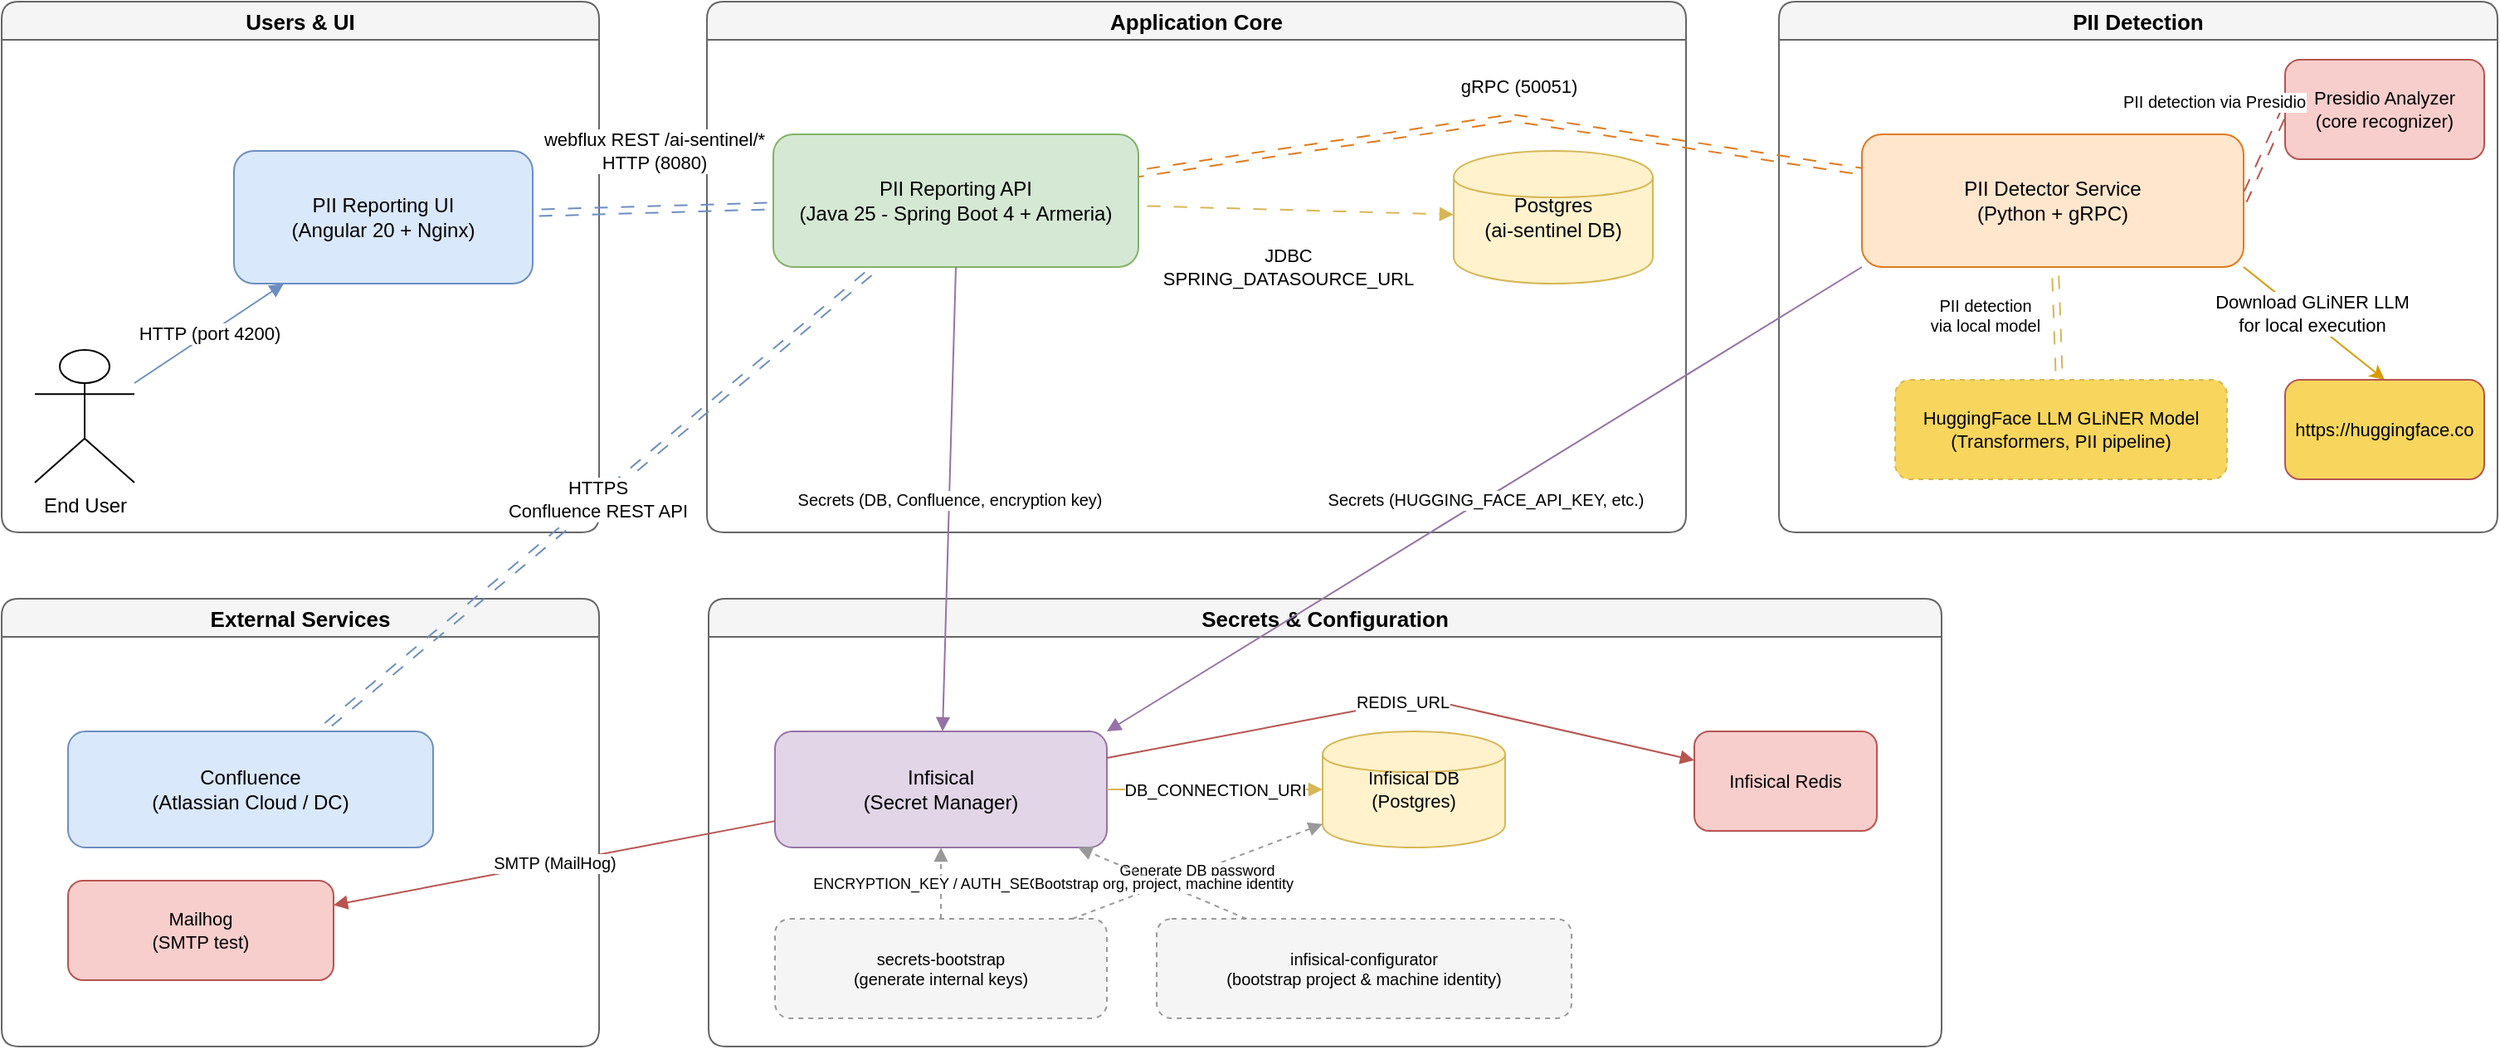
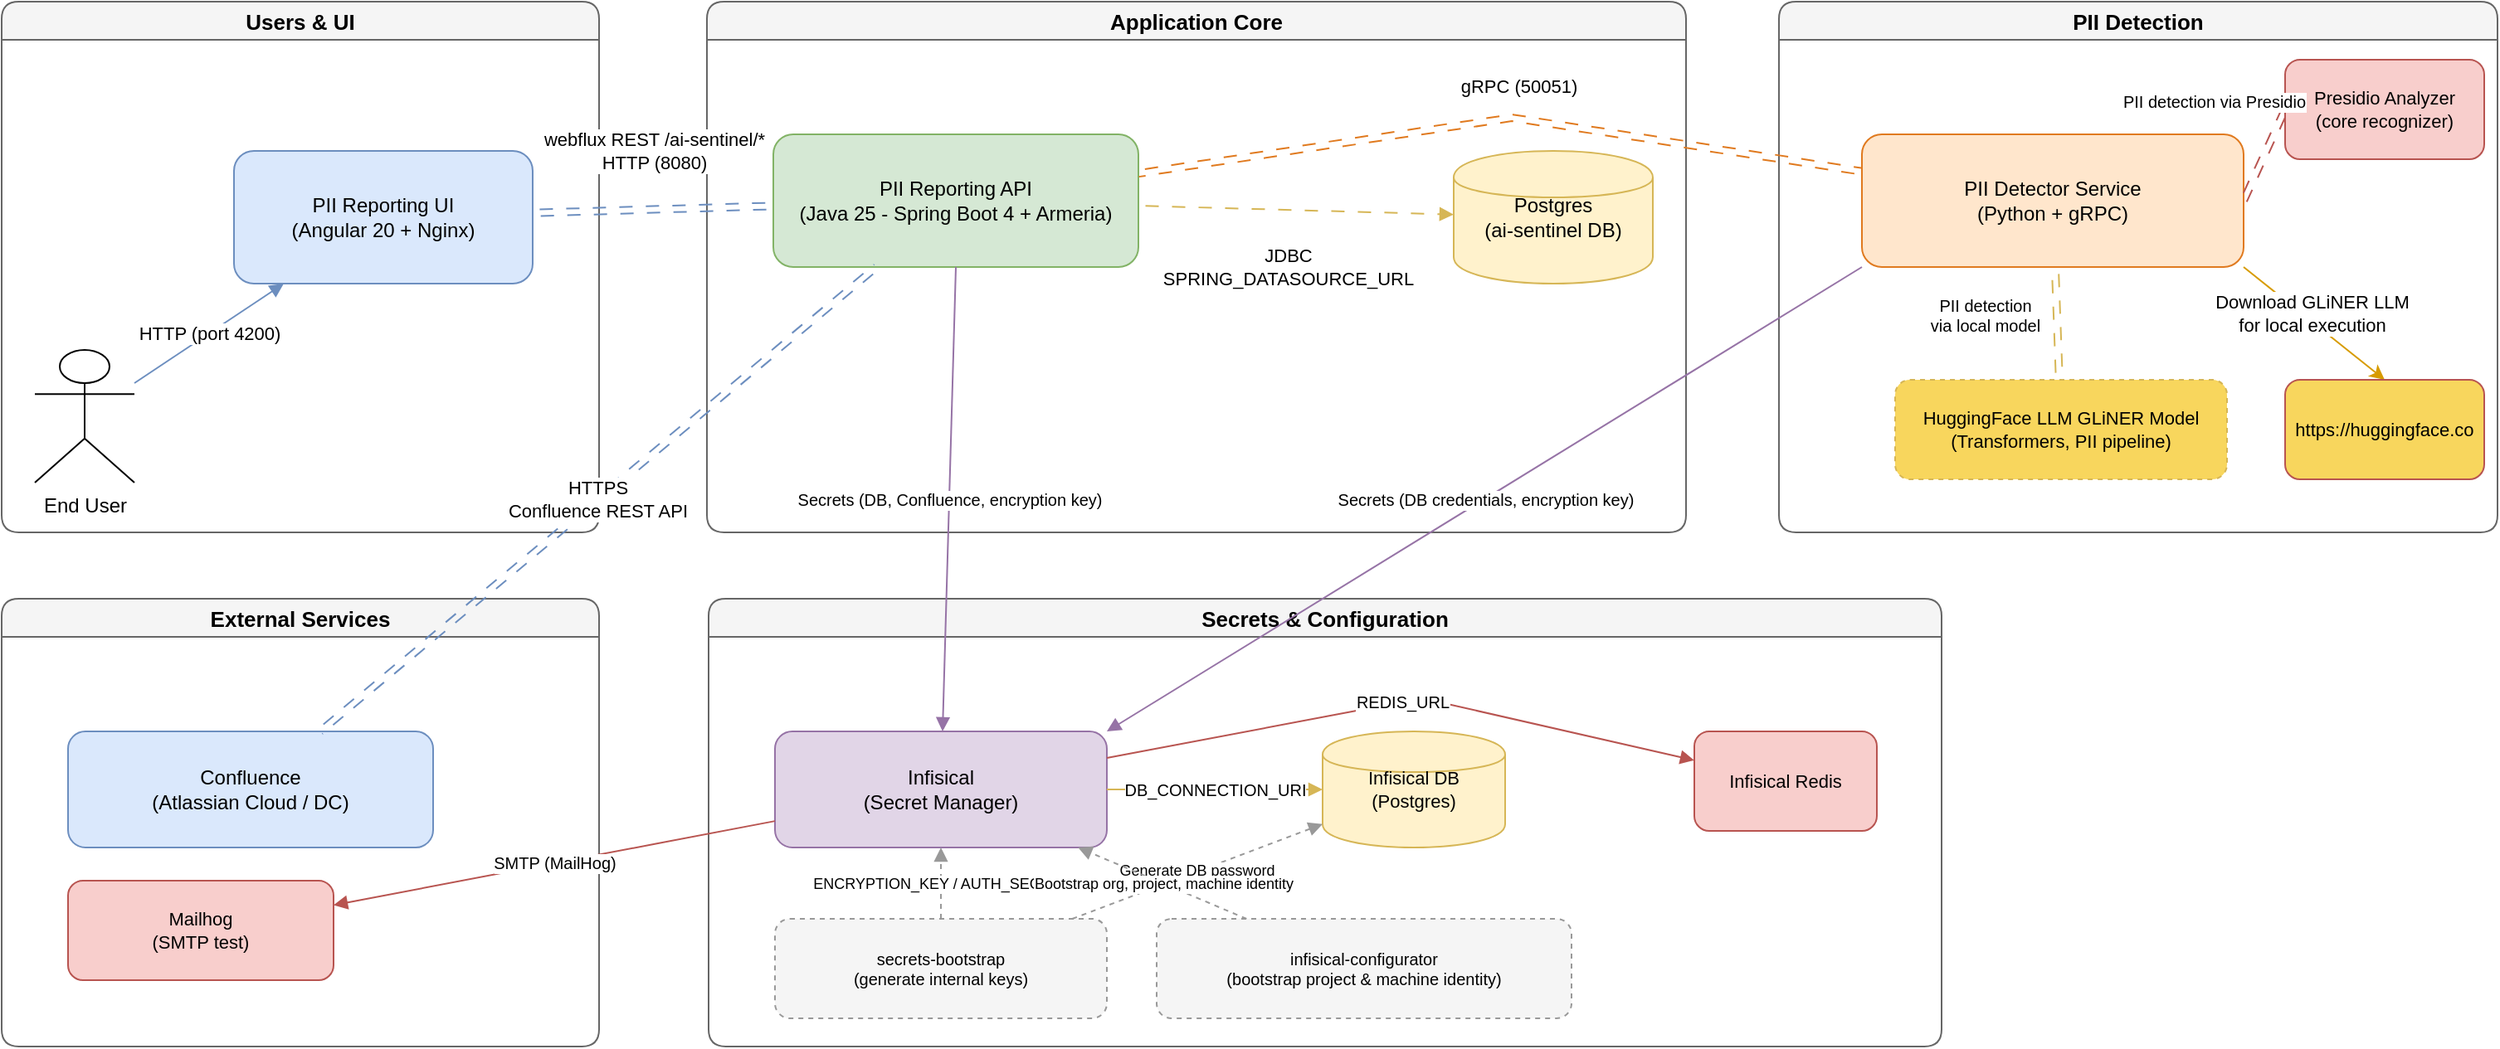
<mxfile host="app.diagrams.net" agent="Mozilla/5.0 (Windows NT 10.0; Win64; x64) AppleWebKit/537.36 (KHTML, like Gecko) Chrome/142.0.0.0 Safari/537.36" version="29.0.3">
  <diagram id="jGyH3qKUyeOlPn9naKsC" name="AI Sentinel - Component View">
    <mxGraphModel dx="1501" dy="1571" grid="0" gridSize="10" guides="0" tooltips="1" connect="1" arrows="1" fold="1" page="0" pageScale="1" pageWidth="850" pageHeight="1100" math="0" shadow="0">
      <root>
        <mxCell id="0" />
        <mxCell id="1" parent="0" />
        <mxCell id="QbP0zrG1yisw16LyJvj7-76" value="Users &amp; UI" style="swimlane;rounded=1;fillColor=#f5f5f5;strokeColor=#666666;fontStyle=1;fontSize=13;" parent="1" vertex="1">
          <mxGeometry x="40" y="40" width="360" height="320" as="geometry" />
        </mxCell>
        <mxCell id="QbP0zrG1yisw16LyJvj7-77" value="End User" style="shape=umlActor;verticalLabelPosition=bottom;verticalAlign=top;html=1;fontSize=12;" parent="QbP0zrG1yisw16LyJvj7-76" vertex="1">
          <mxGeometry x="20" y="210" width="60" height="80" as="geometry" />
        </mxCell>
        <mxCell id="QbP0zrG1yisw16LyJvj7-78" value="PII Reporting UI&lt;br&gt;(Angular 20 + Nginx)" style="shape=rectangle;rounded=1;whiteSpace=wrap;html=1;fillColor=#dae8fc;strokeColor=#6c8ebf;fontSize=12;" parent="QbP0zrG1yisw16LyJvj7-76" vertex="1">
          <mxGeometry x="140" y="90" width="180" height="80" as="geometry" />
        </mxCell>
        <mxCell id="QbP0zrG1yisw16LyJvj7-79" value="HTTP (port 4200)" style="endArrow=block;html=1;strokeColor=#6c8ebf;fontSize=11;" parent="QbP0zrG1yisw16LyJvj7-76" source="QbP0zrG1yisw16LyJvj7-77" target="QbP0zrG1yisw16LyJvj7-78" edge="1">
          <mxGeometry relative="1" as="geometry" />
        </mxCell>
        <mxCell id="QbP0zrG1yisw16LyJvj7-80" value="Application Core" style="swimlane;rounded=1;fillColor=#f5f5f5;strokeColor=#666666;fontStyle=1;fontSize=13;" parent="1" vertex="1">
          <mxGeometry x="465" y="40" width="590" height="320" as="geometry" />
        </mxCell>
        <mxCell id="QbP0zrG1yisw16LyJvj7-81" value="PII Reporting API&lt;br&gt;(Java 25 - Spring Boot 4 + Armeria)" style="shape=rectangle;rounded=1;whiteSpace=wrap;html=1;fillColor=#d5e8d4;strokeColor=#82b366;fontSize=12;" parent="QbP0zrG1yisw16LyJvj7-80" vertex="1">
          <mxGeometry x="40" y="80" width="220" height="80" as="geometry" />
        </mxCell>
        <mxCell id="QbP0zrG1yisw16LyJvj7-82" value="Postgres&#xa;(ai-sentinel DB)" style="shape=cylinder;whiteSpace=wrap;html=1;fillColor=#fff2cc;strokeColor=#d6b656;fontSize=12;" parent="QbP0zrG1yisw16LyJvj7-80" vertex="1">
          <mxGeometry x="450" y="90" width="120" height="80" as="geometry" />
        </mxCell>
        <mxCell id="QbP0zrG1yisw16LyJvj7-83" value="JDBC&#xa;SPRING_DATASOURCE_URL" style="endArrow=block;html=1;strokeColor=#d6b656;fontSize=11;flowAnimation=1;" parent="QbP0zrG1yisw16LyJvj7-80" source="QbP0zrG1yisw16LyJvj7-81" target="QbP0zrG1yisw16LyJvj7-82" edge="1">
          <mxGeometry x="-0.0426" y="-34" relative="1" as="geometry">
            <mxPoint as="offset" />
          </mxGeometry>
        </mxCell>
        <mxCell id="QbP0zrG1yisw16LyJvj7-84" value="webflux REST /ai-sentinel/*&lt;br&gt;HTTP (8080)" style="endArrow=block;html=1;strokeColor=#6c8ebf;fontSize=11;shape=link;flowAnimation=1;" parent="1" source="QbP0zrG1yisw16LyJvj7-78" target="QbP0zrG1yisw16LyJvj7-81" edge="1">
          <mxGeometry x="0.0184" y="35" relative="1" as="geometry">
            <mxPoint as="offset" />
          </mxGeometry>
        </mxCell>
        <mxCell id="QbP0zrG1yisw16LyJvj7-85" value="PII Detection" style="swimlane;rounded=1;fillColor=#f5f5f5;strokeColor=#666666;fontStyle=1;fontSize=13;" parent="1" vertex="1">
          <mxGeometry x="1111" y="40" width="433" height="320" as="geometry" />
        </mxCell>
        <mxCell id="LmYVKYkXQ7oPD1M7x9QE-3" style="rounded=0;orthogonalLoop=1;jettySize=auto;html=1;exitX=1;exitY=1;exitDx=0;exitDy=0;entryX=0.5;entryY=0;entryDx=0;entryDy=0;fillColor=#ffe6cc;strokeColor=#d79b00;" edge="1" parent="QbP0zrG1yisw16LyJvj7-85" source="QbP0zrG1yisw16LyJvj7-86" target="LmYVKYkXQ7oPD1M7x9QE-1">
          <mxGeometry relative="1" as="geometry" />
        </mxCell>
        <mxCell id="LmYVKYkXQ7oPD1M7x9QE-4" value="Download GLiNER LLM &lt;br&gt;for local execution" style="edgeLabel;html=1;align=center;verticalAlign=middle;resizable=0;points=[];" vertex="1" connectable="0" parent="LmYVKYkXQ7oPD1M7x9QE-3">
          <mxGeometry x="-0.4384" relative="1" as="geometry">
            <mxPoint x="17" y="9" as="offset" />
          </mxGeometry>
        </mxCell>
        <mxCell id="QbP0zrG1yisw16LyJvj7-86" value="PII Detector Service&#xa;(Python + gRPC)" style="shape=rectangle;rounded=1;whiteSpace=wrap;html=1;fillColor=#ffe6cc;strokeColor=#e07a1f;fontSize=12;" parent="QbP0zrG1yisw16LyJvj7-85" vertex="1">
          <mxGeometry x="50" y="80" width="230" height="80" as="geometry" />
        </mxCell>
        <mxCell id="QbP0zrG1yisw16LyJvj7-87" value="HuggingFace LLM GLiNER Model&lt;br&gt;(Transformers, PII pipeline)" style="shape=rectangle;rounded=1;dashed=1;whiteSpace=wrap;html=1;fillColor=#F8D65D;strokeColor=#d6b656;fontSize=11;" parent="QbP0zrG1yisw16LyJvj7-85" vertex="1">
          <mxGeometry x="70" y="228" width="200" height="60" as="geometry" />
        </mxCell>
        <mxCell id="QbP0zrG1yisw16LyJvj7-88" value="Presidio Analyzer&lt;br&gt;(core recognizer)" style="shape=rectangle;rounded=1;whiteSpace=wrap;html=1;fillColor=#f8cecc;strokeColor=#b85450;fontSize=11;" parent="QbP0zrG1yisw16LyJvj7-85" vertex="1">
          <mxGeometry x="305" y="35" width="120" height="60" as="geometry" />
        </mxCell>
        <mxCell id="QbP0zrG1yisw16LyJvj7-89" value="PII detection &lt;br&gt;via local model" style="endArrow=block;html=1;strokeColor=#d6b656;fontSize=10;flowAnimation=1;shape=link;" parent="QbP0zrG1yisw16LyJvj7-85" source="QbP0zrG1yisw16LyJvj7-86" target="QbP0zrG1yisw16LyJvj7-87" edge="1">
          <mxGeometry x="-0.1872" y="-43" relative="1" as="geometry">
            <mxPoint as="offset" />
          </mxGeometry>
        </mxCell>
        <mxCell id="QbP0zrG1yisw16LyJvj7-90" value="PII detection via Presidio" style="endArrow=block;html=1;strokeColor=#b85450;fontSize=10;flowAnimation=1;shape=link;entryX=0;entryY=0.5;entryDx=0;entryDy=0;exitX=1;exitY=0.5;exitDx=0;exitDy=0;" parent="QbP0zrG1yisw16LyJvj7-85" edge="1" target="QbP0zrG1yisw16LyJvj7-88" source="QbP0zrG1yisw16LyJvj7-86">
          <mxGeometry x="0.5494" y="41" relative="1" as="geometry">
            <mxPoint x="228.42857142857156" y="160" as="sourcePoint" />
            <mxPoint x="335.92857142857156" y="230" as="targetPoint" />
            <mxPoint as="offset" />
          </mxGeometry>
        </mxCell>
        <mxCell id="LmYVKYkXQ7oPD1M7x9QE-1" value="https://huggingface.co" style="shape=rectangle;rounded=1;whiteSpace=wrap;html=1;fillColor=#F8D65D;strokeColor=#b85450;fontSize=11;" vertex="1" parent="QbP0zrG1yisw16LyJvj7-85">
          <mxGeometry x="305" y="228" width="120" height="60" as="geometry" />
        </mxCell>
        <mxCell id="QbP0zrG1yisw16LyJvj7-91" value="gRPC (50051)" style="endArrow=block;html=1;strokeColor=#e07a1f;fontSize=11;flowAnimation=1;shape=link;" parent="1" source="QbP0zrG1yisw16LyJvj7-81" target="QbP0zrG1yisw16LyJvj7-86" edge="1">
          <mxGeometry x="0.0499" y="20" relative="1" as="geometry">
            <Array as="points">
              <mxPoint x="950" y="110" />
            </Array>
            <mxPoint x="-3" as="offset" />
          </mxGeometry>
        </mxCell>
        <mxCell id="QbP0zrG1yisw16LyJvj7-92" value="Secrets &amp; Configuration" style="swimlane;rounded=1;fillColor=#f5f5f5;strokeColor=#666666;fontStyle=1;fontSize=13;" parent="1" vertex="1">
          <mxGeometry x="466" y="400" width="743" height="270" as="geometry" />
        </mxCell>
        <mxCell id="QbP0zrG1yisw16LyJvj7-93" value="Infisical&#xa;(Secret Manager)" style="shape=rectangle;rounded=1;whiteSpace=wrap;html=1;fillColor=#e1d5e7;strokeColor=#9673a6;fontSize=12;" parent="QbP0zrG1yisw16LyJvj7-92" vertex="1">
          <mxGeometry x="40" y="80" width="200" height="70" as="geometry" />
        </mxCell>
        <mxCell id="QbP0zrG1yisw16LyJvj7-94" value="Infisical DB&#xa;(Postgres)" style="shape=cylinder;whiteSpace=wrap;html=1;fillColor=#fff2cc;strokeColor=#d6b656;fontSize=11;" parent="QbP0zrG1yisw16LyJvj7-92" vertex="1">
          <mxGeometry x="370" y="80" width="110" height="70" as="geometry" />
        </mxCell>
        <mxCell id="QbP0zrG1yisw16LyJvj7-95" value="Infisical Redis" style="shape=rectangle;rounded=1;whiteSpace=wrap;html=1;fillColor=#f8cecc;strokeColor=#b85450;fontSize=11;" parent="QbP0zrG1yisw16LyJvj7-92" vertex="1">
          <mxGeometry x="594" y="80" width="110" height="60" as="geometry" />
        </mxCell>
        <mxCell id="QbP0zrG1yisw16LyJvj7-96" value="secrets-bootstrap&#xa;(generate internal keys)" style="shape=rectangle;rounded=1;dashed=1;whiteSpace=wrap;html=1;fillColor=#f5f5f5;strokeColor=#999999;fontSize=10;" parent="QbP0zrG1yisw16LyJvj7-92" vertex="1">
          <mxGeometry x="40" y="193" width="200" height="60" as="geometry" />
        </mxCell>
        <mxCell id="QbP0zrG1yisw16LyJvj7-97" value="infisical-configurator&#xa;(bootstrap project &amp; machine identity)" style="shape=rectangle;rounded=1;dashed=1;whiteSpace=wrap;html=1;fillColor=#f5f5f5;strokeColor=#999999;fontSize=10;" parent="QbP0zrG1yisw16LyJvj7-92" vertex="1">
          <mxGeometry x="270" y="193" width="250" height="60" as="geometry" />
        </mxCell>
        <mxCell id="QbP0zrG1yisw16LyJvj7-98" value="DB_CONNECTION_URI" style="endArrow=block;html=1;strokeColor=#d6b656;fontSize=10;" parent="QbP0zrG1yisw16LyJvj7-92" source="QbP0zrG1yisw16LyJvj7-93" target="QbP0zrG1yisw16LyJvj7-94" edge="1">
          <mxGeometry relative="1" as="geometry" />
        </mxCell>
        <mxCell id="QbP0zrG1yisw16LyJvj7-99" value="REDIS_URL" style="endArrow=block;html=1;strokeColor=#b85450;fontSize=10;" parent="QbP0zrG1yisw16LyJvj7-92" source="QbP0zrG1yisw16LyJvj7-93" target="QbP0zrG1yisw16LyJvj7-95" edge="1">
          <mxGeometry relative="1" as="geometry">
            <Array as="points">
              <mxPoint x="430" y="60" />
            </Array>
          </mxGeometry>
        </mxCell>
        <mxCell id="QbP0zrG1yisw16LyJvj7-100" value="Generate DB password" style="endArrow=block;html=1;dashed=1;strokeColor=#999999;fontSize=9;" parent="QbP0zrG1yisw16LyJvj7-92" source="QbP0zrG1yisw16LyJvj7-96" target="QbP0zrG1yisw16LyJvj7-94" edge="1">
          <mxGeometry relative="1" as="geometry" />
        </mxCell>
        <mxCell id="QbP0zrG1yisw16LyJvj7-101" value="ENCRYPTION_KEY / AUTH_SECRET" style="endArrow=block;html=1;dashed=1;strokeColor=#999999;fontSize=9;" parent="QbP0zrG1yisw16LyJvj7-92" source="QbP0zrG1yisw16LyJvj7-96" target="QbP0zrG1yisw16LyJvj7-93" edge="1">
          <mxGeometry relative="1" as="geometry" />
        </mxCell>
        <mxCell id="QbP0zrG1yisw16LyJvj7-102" value="Bootstrap org, project, machine identity" style="endArrow=block;html=1;dashed=1;strokeColor=#999999;fontSize=9;" parent="QbP0zrG1yisw16LyJvj7-92" source="QbP0zrG1yisw16LyJvj7-97" target="QbP0zrG1yisw16LyJvj7-93" edge="1">
          <mxGeometry relative="1" as="geometry" />
        </mxCell>
        <mxCell id="QbP0zrG1yisw16LyJvj7-103" value="External Services" style="swimlane;rounded=1;fillColor=#f5f5f5;strokeColor=#666666;fontStyle=1;fontSize=13;" parent="1" vertex="1">
          <mxGeometry x="40" y="400" width="360" height="270" as="geometry" />
        </mxCell>
        <mxCell id="QbP0zrG1yisw16LyJvj7-104" value="Confluence&#xa;(Atlassian Cloud / DC)" style="shape=rectangle;rounded=1;whiteSpace=wrap;html=1;fillColor=#dae8fc;strokeColor=#6c8ebf;fontSize=12;" parent="QbP0zrG1yisw16LyJvj7-103" vertex="1">
          <mxGeometry x="40" y="80" width="220" height="70" as="geometry" />
        </mxCell>
        <mxCell id="QbP0zrG1yisw16LyJvj7-105" value="Mailhog&#xa;(SMTP test)" style="shape=rectangle;rounded=1;whiteSpace=wrap;html=1;fillColor=#f8cecc;strokeColor=#b85450;fontSize=11;" parent="QbP0zrG1yisw16LyJvj7-103" vertex="1">
          <mxGeometry x="40" y="170" width="160" height="60" as="geometry" />
        </mxCell>
        <mxCell id="QbP0zrG1yisw16LyJvj7-107" value="HTTPS&#xa;Confluence REST API" style="endArrow=block;html=1;strokeColor=#6c8ebf;fontSize=11;flowAnimation=1;shape=link;" parent="1" source="QbP0zrG1yisw16LyJvj7-81" target="QbP0zrG1yisw16LyJvj7-104" edge="1">
          <mxGeometry relative="1" as="geometry" />
        </mxCell>
        <mxCell id="QbP0zrG1yisw16LyJvj7-108" value="SMTP (MailHog)" style="endArrow=block;html=1;strokeColor=#b85450;fontSize=10;" parent="1" source="QbP0zrG1yisw16LyJvj7-93" target="QbP0zrG1yisw16LyJvj7-105" edge="1">
          <mxGeometry relative="1" as="geometry" />
        </mxCell>
-         <mxCell id="QbP0zrG1yisw16LyJvj7-110" value="Secrets (HUGGING_FACE_API_KEY, etc.)" style="endArrow=block;html=1;strokeColor=#9673a6;fontSize=10;exitX=0;exitY=1;exitDx=0;exitDy=0;entryX=1;entryY=0;entryDx=0;entryDy=0;" parent="1" source="QbP0zrG1yisw16LyJvj7-86" target="QbP0zrG1yisw16LyJvj7-93" edge="1">
+         <mxCell id="QbP0zrG1yisw16LyJvj7-110" value="Secrets (DB credentials, encryption key)" style="endArrow=block;html=1;strokeColor=#9673a6;fontSize=10;exitX=0;exitY=1;exitDx=0;exitDy=0;entryX=1;entryY=0;entryDx=0;entryDy=0;" parent="1" source="QbP0zrG1yisw16LyJvj7-86" target="QbP0zrG1yisw16LyJvj7-93" edge="1">
          <mxGeometry relative="1" as="geometry">
            <mxPoint x="848" y="287" as="targetPoint" />
          </mxGeometry>
        </mxCell>
        <mxCell id="QbP0zrG1yisw16LyJvj7-109" value="Secrets (DB, Confluence, encryption key)" style="endArrow=block;html=1;strokeColor=#9673a6;fontSize=10;exitX=0.5;exitY=1;exitDx=0;exitDy=0;" parent="1" source="QbP0zrG1yisw16LyJvj7-81" target="QbP0zrG1yisw16LyJvj7-93" edge="1">
          <mxGeometry relative="1" as="geometry">
            <mxPoint x="569.9973239436621" y="503" as="sourcePoint" />
            <mxPoint x="577.0959154929577" y="223" as="targetPoint" />
          </mxGeometry>
        </mxCell>
      </root>
    </mxGraphModel>
  </diagram>
</mxfile>
